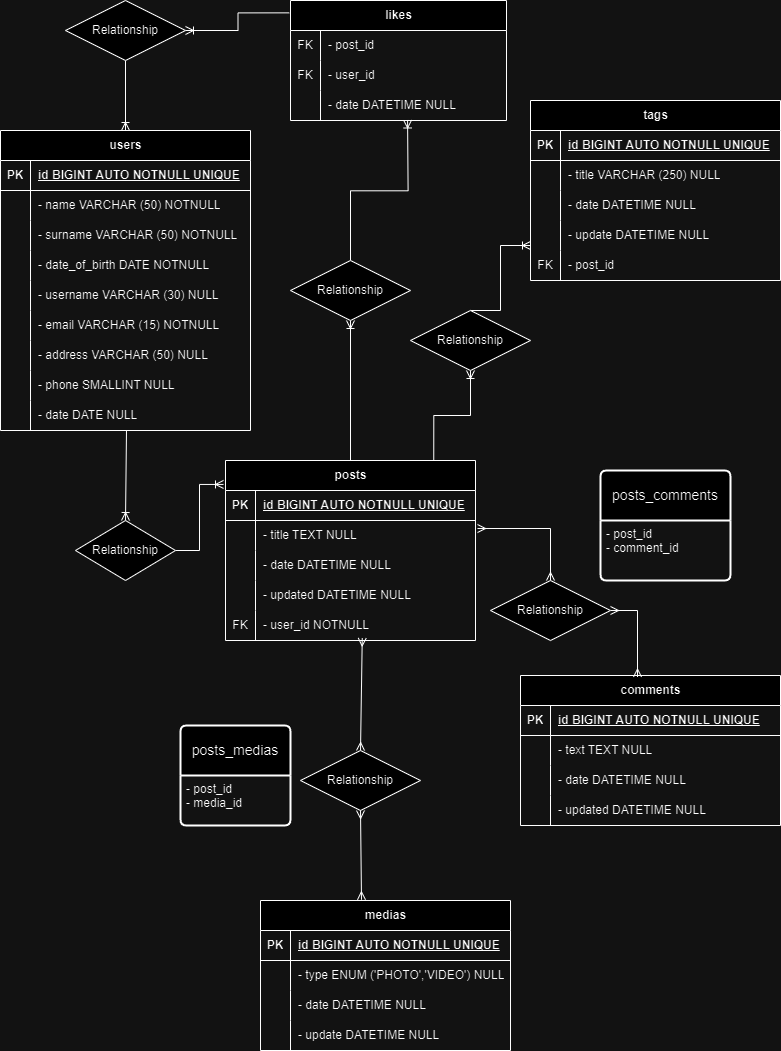
This is social-platform-milestone-2.drawio.png from francescodigiamb/social-platform, a draw.io export, as it was before one commit. Source tidied: cells renumbered, new cells last; positions are measured from the earlier drawing's top-left corner, leaving out a move shared by most shapes.
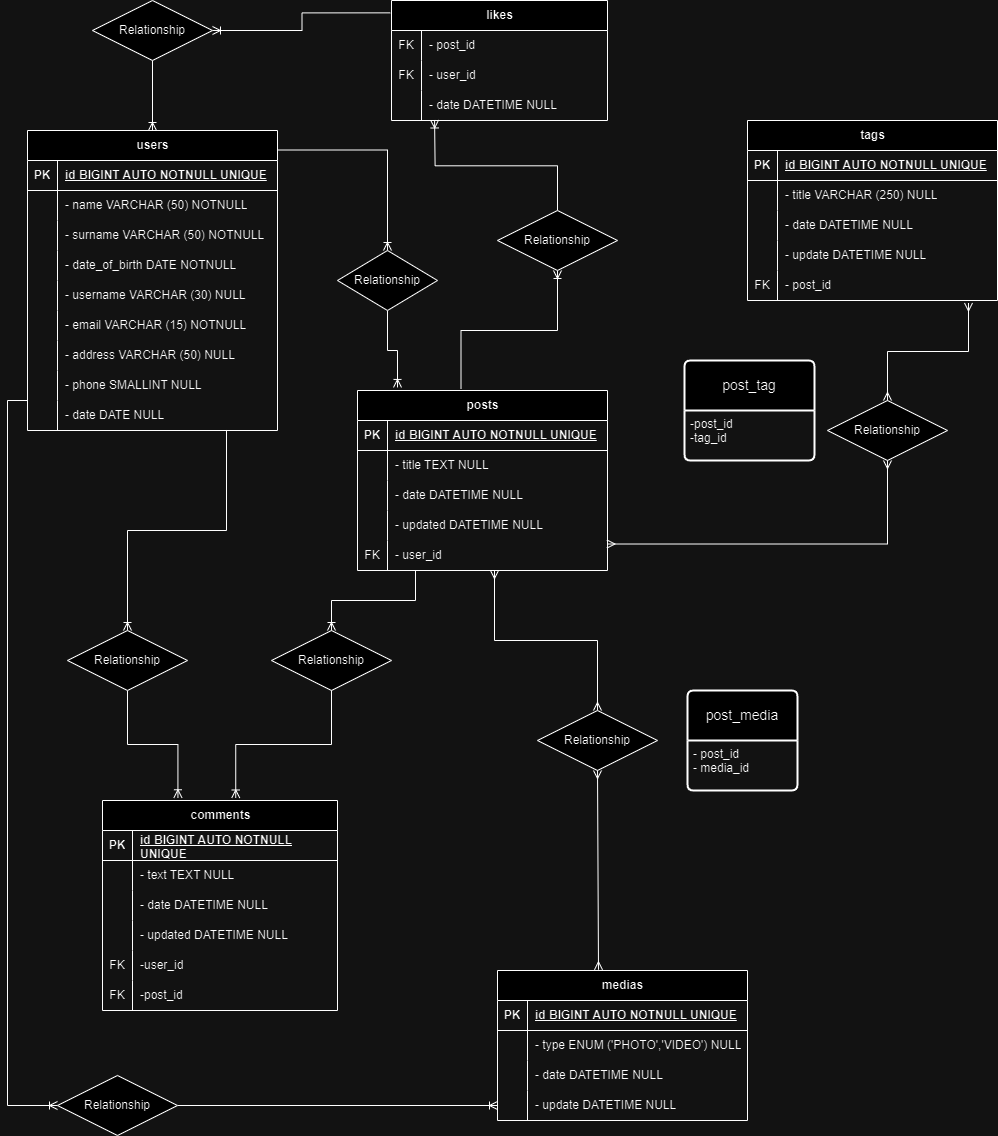
Later version of the same file.

Change to the diagram source:
```diff
@@ -3,7 +3,7 @@
     <mxCell id="0" />
     <mxCell id="1" parent="0" />
     <mxCell id="2" value="posts" style="shape=table;startSize=30;rowLines=0;fontStyle=1;align=center;html=1;" parent="1" vertex="1">
-      <mxGeometry x="225" y="460" width="250" height="180" as="geometry" />
+      <mxGeometry x="330" y="390" width="250" height="180" as="geometry" />
     </mxCell>
     <mxCell id="3" style="shape=tableRow;horizontal=0;startSize=0;swimlaneHead=0;swimlaneBody=0;fillColor=none;top=0;left=0;right=0;bottom=1;" parent="2" vertex="1">
       <mxGeometry y="30" width="250" height="30" as="geometry" />
@@ -47,7 +47,7 @@
     <mxCell id="16" value="FK" style="shape=partialRectangle;fillColor=none;top=0;left=0;bottom=0;right=0;overflow=hidden;whiteSpace=wrap;html=1;" parent="15" vertex="1">
       <mxGeometry width="30" height="30" as="geometry" />
     </mxCell>
-    <mxCell id="17" value="- user_id NOTNULL" style="shape=partialRectangle;fillColor=none;top=0;left=0;bottom=0;right=0;align=left;spacingLeft=6;overflow=hidden;whiteSpace=wrap;html=1;" parent="15" vertex="1">
+    <mxCell id="17" value="- user_id&amp;nbsp;" style="shape=partialRectangle;fillColor=none;top=0;left=0;bottom=0;right=0;align=left;spacingLeft=6;overflow=hidden;whiteSpace=wrap;html=1;" parent="15" vertex="1">
       <mxGeometry x="30" width="220" height="30" as="geometry" />
     </mxCell>
     <mxCell id="18" value="users" style="shape=table;startSize=30;rowLines=0;fontStyle=1;align=center;html=1;" parent="1" vertex="1">
@@ -134,17 +134,21 @@
     <mxCell id="45" value="- date DATE NULL" style="shape=partialRectangle;fillColor=none;top=0;left=0;bottom=0;right=0;align=left;spacingLeft=6;overflow=hidden;whiteSpace=wrap;html=1;" parent="43" vertex="1">
       <mxGeometry x="30" width="220" height="30" as="geometry" />
     </mxCell>
-    <mxCell id="46" style="edgeStyle=elbowEdgeStyle;fontSize=12;html=1;endArrow=ERoneToMany;rounded=0;entryX=-0.008;entryY=0.133;entryDx=0;entryDy=0;entryPerimeter=0;exitX=1;exitY=0.5;exitDx=0;exitDy=0;" parent="1" edge="1" source="48" target="2">
+    <mxCell id="46" style="edgeStyle=orthogonalEdgeStyle;fontSize=12;html=1;endArrow=ERoneToMany;rounded=0;entryX=0.16;entryY=-0.017;entryDx=0;entryDy=0;entryPerimeter=0;exitX=0.5;exitY=1;exitDx=0;exitDy=0;" parent="1" edge="1" source="48" target="2">
       <mxGeometry relative="1" as="geometry" />
     </mxCell>
-    <mxCell id="47" style="fontSize=12;html=1;endArrow=ERoneToMany;rounded=0;entryX=0.5;entryY=0;entryDx=0;entryDy=0;exitX=0.504;exitY=1;exitDx=0;exitDy=0;elbow=vertical;exitPerimeter=0;" parent="1" edge="1" source="43" target="48">
-      <mxGeometry relative="1" as="geometry" />
+    <mxCell id="47" style="fontSize=12;html=1;endArrow=ERoneToMany;rounded=0;edgeStyle=orthogonalEdgeStyle;entryX=0.5;entryY=0;entryDx=0;entryDy=0;exitX=1.002;exitY=0.065;exitDx=0;exitDy=0;exitPerimeter=0;" parent="1" edge="1" source="18" target="48">
+      <mxGeometry relative="1" as="geometry">
+        <Array as="points">
+          <mxPoint x="360" y="150" />
+        </Array>
+      </mxGeometry>
     </mxCell>
     <mxCell id="48" value="Relationship" style="shape=rhombus;perimeter=rhombusPerimeter;whiteSpace=wrap;html=1;align=center;" parent="1" vertex="1">
-      <mxGeometry x="75" y="520" width="100" height="60" as="geometry" />
+      <mxGeometry x="310" y="250" width="100" height="60" as="geometry" />
     </mxCell>
     <mxCell id="49" value="medias" style="shape=table;startSize=30;rowLines=0;fontStyle=1;align=center;html=1;" parent="1" vertex="1">
-      <mxGeometry x="260" y="900" width="250" height="150" as="geometry" />
+      <mxGeometry x="470" y="970" width="250" height="150" as="geometry" />
     </mxCell>
     <mxCell id="50" style="shape=tableRow;horizontal=0;startSize=0;swimlaneHead=0;swimlaneBody=0;fillColor=none;top=0;left=0;right=0;bottom=1;" parent="49" vertex="1">
       <mxGeometry y="30" width="250" height="30" as="geometry" />
@@ -182,14 +186,16 @@
     <mxCell id="61" value="- update DATETIME NULL" style="shape=partialRectangle;fillColor=none;top=0;left=0;bottom=0;right=0;align=left;spacingLeft=6;overflow=hidden;whiteSpace=wrap;html=1;" parent="59" vertex="1">
       <mxGeometry x="30" width="220" height="30" as="geometry" />
     </mxCell>
-    <mxCell id="62" style="fontSize=12;html=1;endArrow=ERmany;startArrow=ERmany;rounded=0;entryX=0.547;entryY=0.917;entryDx=0;entryDy=0;exitX=0.5;exitY=0;exitDx=0;exitDy=0;entryPerimeter=0;" parent="1" edge="1" source="63" target="15">
-      <mxGeometry relative="1" as="geometry" />
+    <mxCell id="62" style="fontSize=12;html=1;endArrow=ERmany;startArrow=ERmany;rounded=0;exitX=0.5;exitY=0;exitDx=0;exitDy=0;edgeStyle=elbowEdgeStyle;elbow=vertical;" parent="1" edge="1" source="63">
+      <mxGeometry relative="1" as="geometry">
+        <mxPoint x="467" y="570" as="targetPoint" />
+      </mxGeometry>
     </mxCell>
     <mxCell id="63" value="Relationship" style="shape=rhombus;perimeter=rhombusPerimeter;whiteSpace=wrap;html=1;align=center;" parent="1" vertex="1">
-      <mxGeometry x="300" y="750" width="120" height="60" as="geometry" />
+      <mxGeometry x="510" y="710" width="120" height="60" as="geometry" />
     </mxCell>
-    <mxCell id="64" value="posts_medias" style="swimlane;horizontal=1;startSize=50;rounded=1;fontSize=14;fontStyle=0;strokeWidth=2;shadow=0;dashed=0;align=center;arcSize=4;whiteSpace=wrap;html=1;" parent="1" vertex="1">
-      <mxGeometry x="180" y="725" width="110" height="100" as="geometry" />
+    <mxCell id="64" value="post_media" style="swimlane;horizontal=1;startSize=50;rounded=1;fontSize=14;fontStyle=0;strokeWidth=2;shadow=0;dashed=0;align=center;arcSize=4;whiteSpace=wrap;html=1;" parent="1" vertex="1">
+      <mxGeometry x="660" y="690" width="110" height="100" as="geometry" />
     </mxCell>
     <mxCell id="65" value="- post_id&lt;div&gt;- media_id&lt;/div&gt;" style="align=left;strokeColor=none;fillColor=none;spacingLeft=4;fontSize=12;verticalAlign=top;html=1;" parent="64" vertex="1">
       <mxGeometry y="50" width="110" height="50" as="geometry" />
@@ -198,7 +204,7 @@
       <mxGeometry relative="1" as="geometry" />
     </mxCell>
     <mxCell id="67" value="tags" style="shape=table;startSize=30;rowLines=0;fontStyle=1;align=center;html=1;" parent="1" vertex="1">
-      <mxGeometry x="530" y="100" width="250" height="180" as="geometry" />
+      <mxGeometry x="720" y="120" width="250" height="180" as="geometry" />
     </mxCell>
     <mxCell id="68" style="shape=tableRow;horizontal=0;startSize=0;swimlaneHead=0;swimlaneBody=0;fillColor=none;top=0;left=0;right=0;bottom=1;" parent="67" vertex="1">
       <mxGeometry y="30" width="250" height="30" as="geometry" />
@@ -245,71 +251,69 @@
     <mxCell id="82" value="- post_id&amp;nbsp;" style="shape=partialRectangle;fillColor=none;top=0;left=0;bottom=0;right=0;align=left;spacingLeft=6;overflow=hidden;whiteSpace=wrap;html=1;" parent="80" vertex="1">
       <mxGeometry x="30" width="220" height="30" as="geometry" />
     </mxCell>
-    <mxCell id="83" style="edgeStyle=entityRelationEdgeStyle;fontSize=12;html=1;endArrow=ERoneToMany;rounded=0;exitX=0.5;exitY=0;exitDx=0;exitDy=0;entryX=0;entryY=0.5;entryDx=0;entryDy=0;" parent="1" edge="1" source="85">
-      <mxGeometry relative="1" as="geometry">
-        <mxPoint x="530" y="245" as="targetPoint" />
-      </mxGeometry>
-    </mxCell>
-    <mxCell id="84" style="edgeStyle=orthogonalEdgeStyle;fontSize=12;html=1;endArrow=ERoneToMany;rounded=0;exitX=0.833;exitY=0;exitDx=0;exitDy=0;exitPerimeter=0;entryX=0.5;entryY=1;entryDx=0;entryDy=0;" parent="1" edge="1" source="2" target="85">
-      <mxGeometry relative="1" as="geometry" />
-    </mxCell>
     <mxCell id="85" value="Relationship" style="shape=rhombus;perimeter=rhombusPerimeter;whiteSpace=wrap;html=1;align=center;" parent="1" vertex="1">
-      <mxGeometry x="410" y="310" width="120" height="60" as="geometry" />
+      <mxGeometry x="800" y="400" width="120" height="60" as="geometry" />
     </mxCell>
     <mxCell id="86" value="comments" style="shape=table;startSize=30;rowLines=0;fontStyle=1;align=center;html=1;" parent="1" vertex="1">
-      <mxGeometry x="520" y="675" width="260" height="150" as="geometry" />
+      <mxGeometry x="75" y="800" width="235" height="210" as="geometry" />
     </mxCell>
     <mxCell id="87" style="shape=tableRow;horizontal=0;startSize=0;swimlaneHead=0;swimlaneBody=0;fillColor=none;top=0;left=0;right=0;bottom=1;" parent="86" vertex="1">
-      <mxGeometry y="30" width="260" height="30" as="geometry" />
+      <mxGeometry y="30" width="235" height="30" as="geometry" />
     </mxCell>
     <mxCell id="88" value="PK" style="shape=partialRectangle;fillColor=none;top=0;left=0;bottom=0;right=0;fontStyle=1;overflow=hidden;whiteSpace=wrap;html=1;" parent="87" vertex="1">
       <mxGeometry width="30" height="30" as="geometry" />
     </mxCell>
     <mxCell id="89" value="id BIGINT AUTO NOTNULL UNIQUE" style="shape=partialRectangle;fillColor=none;top=0;left=0;bottom=0;right=0;align=left;spacingLeft=6;fontStyle=5;overflow=hidden;whiteSpace=wrap;html=1;" parent="87" vertex="1">
-      <mxGeometry x="30" width="230" height="30" as="geometry" />
+      <mxGeometry x="30" width="205" height="30" as="geometry" />
     </mxCell>
     <mxCell id="90" style="shape=tableRow;horizontal=0;startSize=0;swimlaneHead=0;swimlaneBody=0;fillColor=none;top=0;left=0;right=0;bottom=0;" parent="86" vertex="1">
-      <mxGeometry y="60" width="260" height="30" as="geometry" />
+      <mxGeometry y="60" width="235" height="30" as="geometry" />
     </mxCell>
     <mxCell id="91" style="shape=partialRectangle;fillColor=none;top=0;left=0;bottom=0;right=0;overflow=hidden;whiteSpace=wrap;html=1;" parent="90" vertex="1">
       <mxGeometry width="30" height="30" as="geometry" />
     </mxCell>
     <mxCell id="92" value="- text TEXT NULL" style="shape=partialRectangle;fillColor=none;top=0;left=0;bottom=0;right=0;align=left;spacingLeft=6;overflow=hidden;whiteSpace=wrap;html=1;" parent="90" vertex="1">
-      <mxGeometry x="30" width="230" height="30" as="geometry" />
+      <mxGeometry x="30" width="205" height="30" as="geometry" />
     </mxCell>
     <mxCell id="93" style="shape=tableRow;horizontal=0;startSize=0;swimlaneHead=0;swimlaneBody=0;fillColor=none;top=0;left=0;right=0;bottom=0;" parent="86" vertex="1">
-      <mxGeometry y="90" width="260" height="30" as="geometry" />
+      <mxGeometry y="90" width="235" height="30" as="geometry" />
     </mxCell>
     <mxCell id="94" style="shape=partialRectangle;fillColor=none;top=0;left=0;bottom=0;right=0;overflow=hidden;whiteSpace=wrap;html=1;" parent="93" vertex="1">
       <mxGeometry width="30" height="30" as="geometry" />
     </mxCell>
     <mxCell id="95" value="- date DATETIME NULL" style="shape=partialRectangle;fillColor=none;top=0;left=0;bottom=0;right=0;align=left;spacingLeft=6;overflow=hidden;whiteSpace=wrap;html=1;" parent="93" vertex="1">
-      <mxGeometry x="30" width="230" height="30" as="geometry" />
+      <mxGeometry x="30" width="205" height="30" as="geometry" />
     </mxCell>
     <mxCell id="96" style="shape=tableRow;horizontal=0;startSize=0;swimlaneHead=0;swimlaneBody=0;fillColor=none;top=0;left=0;right=0;bottom=0;" parent="86" vertex="1">
-      <mxGeometry y="120" width="260" height="30" as="geometry" />
+      <mxGeometry y="120" width="235" height="30" as="geometry" />
     </mxCell>
     <mxCell id="97" style="shape=partialRectangle;fillColor=none;top=0;left=0;bottom=0;right=0;overflow=hidden;whiteSpace=wrap;html=1;" parent="96" vertex="1">
       <mxGeometry width="30" height="30" as="geometry" />
     </mxCell>
     <mxCell id="98" value="- updated DATETIME NULL" style="shape=partialRectangle;fillColor=none;top=0;left=0;bottom=0;right=0;align=left;spacingLeft=6;overflow=hidden;whiteSpace=wrap;html=1;" parent="96" vertex="1">
-      <mxGeometry x="30" width="230" height="30" as="geometry" />
+      <mxGeometry x="30" width="205" height="30" as="geometry" />
     </mxCell>
-    <mxCell id="99" style="edgeStyle=orthogonalEdgeStyle;fontSize=12;html=1;endArrow=ERmany;startArrow=ERmany;rounded=0;elbow=vertical;exitX=0.5;exitY=0;exitDx=0;exitDy=0;entryX=1.008;entryY=0.267;entryDx=0;entryDy=0;entryPerimeter=0;" parent="1" edge="1" source="101" target="6">
-      <mxGeometry relative="1" as="geometry" />
-    </mxCell>
-    <mxCell id="100" style="edgeStyle=orthogonalEdgeStyle;fontSize=12;html=1;endArrow=ERmany;startArrow=ERmany;rounded=0;elbow=vertical;exitX=0.45;exitY=0.01;exitDx=0;exitDy=0;exitPerimeter=0;entryX=1;entryY=0.5;entryDx=0;entryDy=0;" parent="1" edge="1" source="86" target="101">
-      <mxGeometry relative="1" as="geometry" />
-    </mxCell>
+    <mxCell id="120" style="shape=tableRow;horizontal=0;startSize=0;swimlaneHead=0;swimlaneBody=0;fillColor=none;top=0;left=0;right=0;bottom=0;" parent="86" vertex="1">
+      <mxGeometry y="150" width="235" height="30" as="geometry" />
+    </mxCell>
+    <mxCell id="121" value="FK" style="shape=partialRectangle;fillColor=none;top=0;left=0;bottom=0;right=0;overflow=hidden;whiteSpace=wrap;html=1;" parent="120" vertex="1">
+      <mxGeometry width="30" height="30" as="geometry" />
+    </mxCell>
+    <mxCell id="122" value="-user_id" style="shape=partialRectangle;fillColor=none;top=0;left=0;bottom=0;right=0;align=left;spacingLeft=6;overflow=hidden;whiteSpace=wrap;html=1;" parent="120" vertex="1">
+      <mxGeometry x="30" width="205" height="30" as="geometry" />
+    </mxCell>
+    <mxCell id="123" style="shape=tableRow;horizontal=0;startSize=0;swimlaneHead=0;swimlaneBody=0;fillColor=none;top=0;left=0;right=0;bottom=0;" parent="86" vertex="1">
+      <mxGeometry y="180" width="235" height="30" as="geometry" />
+    </mxCell>
+    <mxCell id="124" value="FK" style="shape=partialRectangle;fillColor=none;top=0;left=0;bottom=0;right=0;overflow=hidden;whiteSpace=wrap;html=1;" parent="123" vertex="1">
+      <mxGeometry width="30" height="30" as="geometry" />
+    </mxCell>
+    <mxCell id="125" value="-post_id" style="shape=partialRectangle;fillColor=none;top=0;left=0;bottom=0;right=0;align=left;spacingLeft=6;overflow=hidden;whiteSpace=wrap;html=1;" parent="123" vertex="1">
+      <mxGeometry x="30" width="205" height="30" as="geometry" />
+    </mxCell>
     <mxCell id="101" value="Relationship" style="shape=rhombus;perimeter=rhombusPerimeter;whiteSpace=wrap;html=1;align=center;" parent="1" vertex="1">
-      <mxGeometry x="490" y="580" width="120" height="60" as="geometry" />
+      <mxGeometry x="244" y="630" width="120" height="60" as="geometry" />
     </mxCell>
-    <mxCell id="102" value="posts_comments" style="swimlane;horizontal=1;startSize=50;rounded=1;fontSize=14;fontStyle=0;strokeWidth=2;shadow=0;dashed=0;align=center;arcSize=4;whiteSpace=wrap;html=1;" parent="1" vertex="1">
-      <mxGeometry x="600" y="470" width="130" height="110" as="geometry" />
-    </mxCell>
-    <mxCell id="103" value="- post_id&lt;div&gt;- comment_id&lt;/div&gt;" style="align=left;strokeColor=none;fillColor=none;spacingLeft=4;fontSize=12;verticalAlign=top;html=1;" parent="102" vertex="1">
-      <mxGeometry y="50" width="130" height="60" as="geometry" />
-    </mxCell>
     <mxCell id="104" style="fontSize=12;html=1;endArrow=ERoneToMany;rounded=0;elbow=vertical;entryX=0.5;entryY=0;entryDx=0;entryDy=0;exitX=0.5;exitY=1;exitDx=0;exitDy=0;" parent="1" edge="1" source="106" target="18">
       <mxGeometry relative="1" as="geometry" />
     </mxCell>
@@ -324,14 +328,14 @@
         <mxPoint x="407.1" y="119.5" as="targetPoint" />
       </mxGeometry>
     </mxCell>
-    <mxCell id="108" style="fontSize=12;html=1;endArrow=ERoneToMany;rounded=0;elbow=vertical;exitX=0.5;exitY=0;exitDx=0;exitDy=0;" parent="1" edge="1" source="2" target="109">
+    <mxCell id="108" style="fontSize=12;html=1;endArrow=ERoneToMany;rounded=0;elbow=vertical;exitX=0.414;exitY=-0.011;exitDx=0;exitDy=0;exitPerimeter=0;edgeStyle=orthogonalEdgeStyle;" parent="1" edge="1" source="2" target="109">
       <mxGeometry relative="1" as="geometry" />
     </mxCell>
     <mxCell id="109" value="Relationship" style="shape=rhombus;perimeter=rhombusPerimeter;whiteSpace=wrap;html=1;align=center;" parent="1" vertex="1">
-      <mxGeometry x="290" y="260" width="120" height="60" as="geometry" />
+      <mxGeometry x="470" y="210" width="120" height="60" as="geometry" />
     </mxCell>
     <mxCell id="110" value="likes" style="shape=table;startSize=30;rowLines=0;fontStyle=1;align=center;html=1;" parent="1" vertex="1">
-      <mxGeometry x="290" width="216" height="120" as="geometry" />
+      <mxGeometry x="364" width="216" height="120" as="geometry" />
     </mxCell>
     <mxCell id="111" style="shape=tableRow;horizontal=0;startSize=0;swimlaneHead=0;swimlaneBody=0;fillColor=none;top=0;left=0;right=0;bottom=0;" parent="110" vertex="1">
       <mxGeometry y="30" width="216" height="30" as="geometry" />
@@ -360,5 +364,47 @@
     <mxCell id="119" value="- date DATETIME NULL" style="shape=partialRectangle;fillColor=none;top=0;left=0;bottom=0;right=0;align=left;spacingLeft=6;overflow=hidden;whiteSpace=wrap;html=1;" parent="117" vertex="1">
       <mxGeometry x="30" width="186" height="30" as="geometry" />
     </mxCell>
+    <mxCell id="126" style="edgeStyle=elbowEdgeStyle;fontSize=12;html=1;endArrow=ERoneToMany;rounded=0;exitX=0.5;exitY=1;exitDx=0;exitDy=0;elbow=vertical;entryX=0.321;entryY=-0.013;entryDx=0;entryDy=0;entryPerimeter=0;" parent="1" edge="1" source="128" target="86">
+      <mxGeometry relative="1" as="geometry" />
+    </mxCell>
+    <mxCell id="127" style="fontSize=12;html=1;endArrow=ERoneToMany;rounded=0;edgeStyle=elbowEdgeStyle;entryX=0.5;entryY=0;entryDx=0;entryDy=0;elbow=vertical;exitX=0.796;exitY=0.983;exitDx=0;exitDy=0;exitPerimeter=0;" parent="1" edge="1" source="43" target="128">
+      <mxGeometry relative="1" as="geometry" />
+    </mxCell>
+    <mxCell id="128" value="Relationship" style="shape=rhombus;perimeter=rhombusPerimeter;whiteSpace=wrap;html=1;align=center;" parent="1" vertex="1">
+      <mxGeometry x="40" y="630" width="120" height="60" as="geometry" />
+    </mxCell>
+    <mxCell id="129" style="edgeStyle=elbowEdgeStyle;fontSize=12;html=1;endArrow=ERoneToMany;rounded=0;elbow=vertical;exitX=0.5;exitY=1;exitDx=0;exitDy=0;entryX=0.567;entryY=-0.012;entryDx=0;entryDy=0;entryPerimeter=0;" parent="1" edge="1" source="101" target="86">
+      <mxGeometry relative="1" as="geometry" />
+    </mxCell>
+    <mxCell id="130" value="post_tag" style="swimlane;horizontal=1;startSize=50;rounded=1;fontSize=14;fontStyle=0;strokeWidth=2;shadow=0;dashed=0;align=center;arcSize=4;whiteSpace=wrap;html=1;" parent="1" vertex="1">
+      <mxGeometry x="657" y="360" width="130" height="100" as="geometry" />
+    </mxCell>
+    <mxCell id="131" value="-post_id&lt;div&gt;-tag_id&lt;/div&gt;" style="align=left;strokeColor=none;fillColor=none;spacingLeft=4;fontSize=12;verticalAlign=top;html=1;" parent="130" vertex="1">
+      <mxGeometry y="50" width="130" height="50" as="geometry" />
+    </mxCell>
+    <mxCell id="132" style="fontSize=12;html=1;endArrow=ERoneToMany;rounded=0;exitX=1;exitY=0.5;exitDx=0;exitDy=0;entryX=0;entryY=0.5;entryDx=0;entryDy=0;" parent="1" edge="1" source="134" target="59">
+      <mxGeometry relative="1" as="geometry" />
+    </mxCell>
+    <mxCell id="133" style="edgeStyle=elbowEdgeStyle;fontSize=12;html=1;endArrow=ERoneToMany;rounded=0;exitX=0;exitY=0;exitDx=0;exitDy=0;exitPerimeter=0;entryX=0;entryY=0.5;entryDx=0;entryDy=0;" parent="1" edge="1" source="43" target="134">
+      <mxGeometry relative="1" as="geometry">
+        <Array as="points">
+          <mxPoint x="-20" y="750" />
+        </Array>
+      </mxGeometry>
+    </mxCell>
+    <mxCell id="134" value="Relationship" style="shape=rhombus;perimeter=rhombusPerimeter;whiteSpace=wrap;html=1;align=center;" parent="1" vertex="1">
+      <mxGeometry x="30" y="1075" width="120" height="60" as="geometry" />
+    </mxCell>
+    <mxCell id="135" style="edgeStyle=orthogonalEdgeStyle;fontSize=12;html=1;endArrow=ERmany;startArrow=ERmany;rounded=0;elbow=vertical;exitX=0.998;exitY=0.117;exitDx=0;exitDy=0;exitPerimeter=0;entryX=0.5;entryY=1;entryDx=0;entryDy=0;" parent="1" edge="1" source="15" target="85">
+      <mxGeometry relative="1" as="geometry" />
+    </mxCell>
+    <mxCell id="136" style="edgeStyle=elbowEdgeStyle;fontSize=12;html=1;endArrow=ERmany;startArrow=ERmany;rounded=0;elbow=vertical;exitX=0.5;exitY=0;exitDx=0;exitDy=0;entryX=0.884;entryY=1.083;entryDx=0;entryDy=0;entryPerimeter=0;" parent="1" edge="1" source="85" target="80">
+      <mxGeometry relative="1" as="geometry" />
+    </mxCell>
+    <mxCell id="137" style="edgeStyle=elbowEdgeStyle;fontSize=12;html=1;endArrow=ERoneToMany;rounded=0;elbow=vertical;entryX=0.5;entryY=0;entryDx=0;entryDy=0;" parent="1" edge="1" target="101">
+      <mxGeometry relative="1" as="geometry">
+        <mxPoint x="388" y="570" as="sourcePoint" />
+      </mxGeometry>
+    </mxCell>
   </root>
 </mxGraphModel>
```
